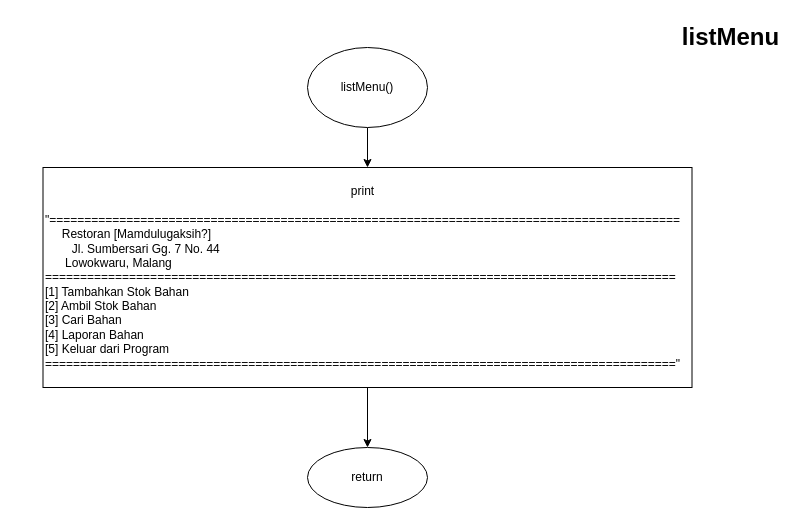
The draw.io diagram page "listMenu" (4 of 9) of Tugas Akhir/Flowchart.drawio in nhaidaar/daspro, before the edit. Source tidied: cells renumbered, new cells numbered last; positions are measured from the earlier drawing's top-left corner, leaving out a move shared by most shapes. Both pictures are drawn from the tidied source at 100%, with x=0, y=0 at pixel (43, 17).
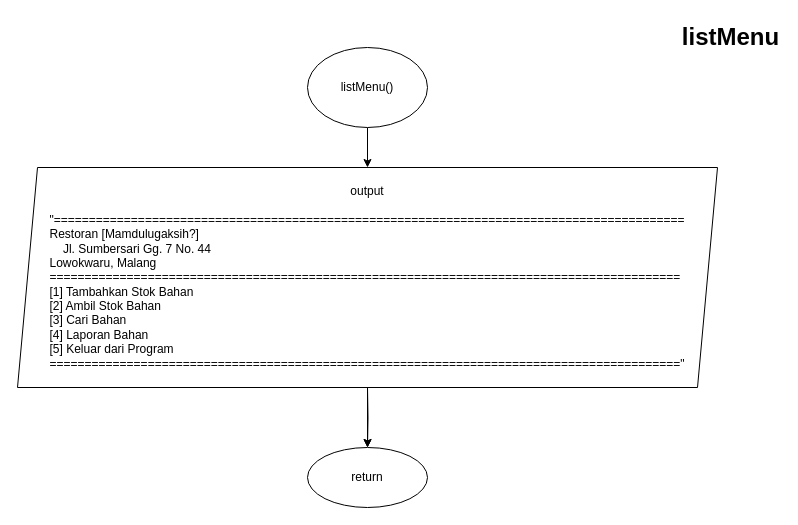
The same page after the edit.

The edit, as a diff of the source:
```diff
@@
 <mxGraphModel>
   <root>
     <mxCell id="0" />
     <mxCell id="1" parent="0" />
-    <mxCell id="2" style="edgeStyle=orthogonalEdgeStyle;rounded=0;jettySize=auto;html=1;" parent="1" edge="1" source="3" target="5">
+    <mxCell id="2" style="edgeStyle=orthogonalEdgeStyle;rounded=0;jettySize=auto;html=1;" parent="1" edge="1" source="3" target="9">
       <mxGeometry relative="1" as="geometry" />
     </mxCell>
     <mxCell id="3" value="listMenu()" style="ellipse;whiteSpace=wrap;html=1;" parent="1" vertex="1">
       <mxGeometry x="264" y="30" width="120" height="80" as="geometry" />
     </mxCell>
-    <mxCell id="4" style="edgeStyle=orthogonalEdgeStyle;rounded=0;jettySize=auto;html=1;" parent="1" edge="1" source="5" target="6">
-      <mxGeometry relative="1" as="geometry" />
+    <mxCell id="4" style="edgeStyle=orthogonalEdgeStyle;rounded=0;jettySize=auto;html=1;" parent="1" edge="1" target="6">
+      <mxGeometry relative="1" as="geometry">
+        <mxPoint x="324" y="370" as="sourcePoint" />
+      </mxGeometry>
     </mxCell>
-    <mxCell id="5" value="&lt;div style=&quot;text-align: center;&quot;&gt;&lt;span style=&quot;background-color: initial;&quot;&gt;print&lt;/span&gt;&lt;/div&gt;&lt;div style=&quot;text-align: center;&quot;&gt;&lt;span style=&quot;background-color: initial;&quot;&gt;&lt;br&gt;&lt;/span&gt;&lt;/div&gt;&lt;div&gt;&quot;==========================================================================================&lt;/div&gt;&lt;div&gt;&lt;span style=&quot;&quot;&gt;  &lt;/span&gt;&lt;span style=&quot;white-space: pre;&quot;&gt; &lt;/span&gt;&lt;span style=&quot;white-space: pre;&quot;&gt; &lt;/span&gt;&lt;span style=&quot;white-space: pre;&quot;&gt; &lt;span style=&quot;white-space: pre;&quot;&gt; &lt;/span&gt;&lt;span style=&quot;white-space: pre;&quot;&gt; &lt;/span&gt;&lt;/span&gt;Restoran [Mamdulugaksih?]&lt;/div&gt;&lt;div&gt;&lt;span style=&quot;&quot;&gt; &lt;/span&gt;&amp;nbsp; &amp;nbsp;&lt;span style=&quot;white-space: pre;&quot;&gt; &lt;/span&gt;&lt;span style=&quot;white-space: pre;&quot;&gt; &lt;/span&gt;&lt;span style=&quot;white-space: pre;&quot;&gt; &lt;span style=&quot;white-space: pre;&quot;&gt; &lt;/span&gt;&lt;span style=&quot;white-space: pre;&quot;&gt; &lt;/span&gt;&lt;/span&gt;Jl. Sumbersari Gg. 7 No. 44&lt;/div&gt;&lt;div&gt;&lt;span style=&quot;&quot;&gt;   &lt;/span&gt;&lt;span style=&quot;white-space: pre;&quot;&gt; &lt;/span&gt;&lt;span style=&quot;white-space: pre;&quot;&gt; &lt;/span&gt;&lt;span style=&quot;white-space: pre;&quot;&gt; &lt;span style=&quot;white-space: pre;&quot;&gt; &lt;span style=&quot;white-space: pre;&quot;&gt; &lt;/span&gt;&lt;/span&gt;&lt;/span&gt;&lt;span style=&quot;white-space: pre;&quot;&gt; &lt;/span&gt;Lowokwaru, Malang&lt;/div&gt;&lt;div&gt;==========================================================================================&lt;/div&gt;&lt;div&gt;[1] Tambahkan Stok Bahan&lt;/div&gt;&lt;div&gt;[2] Ambil Stok Bahan&lt;/div&gt;&lt;div&gt;[3] Cari Bahan&lt;/div&gt;&lt;div&gt;[4] Laporan Bahan&lt;/div&gt;&lt;div&gt;[5] Keluar dari Program&lt;/div&gt;&lt;div&gt;==========================================================================================&quot;&lt;/div&gt;" style="whiteSpace=wrap;html=1;align=left;" parent="1" vertex="1">
-      <mxGeometry x="-0.5" y="150" width="649" height="220" as="geometry" />
-    </mxCell>
     <mxCell id="6" value="return" style="ellipse;whiteSpace=wrap;html=1;align=center;" parent="1" vertex="1">
       <mxGeometry x="264" y="430" width="120" height="60" as="geometry" />
     </mxCell>
     <mxCell id="7" value="listMenu" style="text;strokeColor=none;fillColor=none;html=1;fontSize=24;fontStyle=1;verticalAlign=middle;align=center;" parent="1" vertex="1">
       <mxGeometry x="637" width="100" height="40" as="geometry" />
     </mxCell>
+    <mxCell id="8" style="edgeStyle=orthogonalEdgeStyle;rounded=0;jettySize=auto;html=1;fontSize=11;exitX=0.5;exitY=1;exitDx=0;exitDy=0;" parent="1" edge="1" source="9" target="6">
+      <mxGeometry relative="1" as="geometry" />
+    </mxCell>
+    <mxCell id="9" value="&lt;div style=&quot;border-color: var(--border-color); font-size: 12px;&quot;&gt;&lt;span style=&quot;border-color: var(--border-color); background-color: initial;&quot;&gt;output&lt;/span&gt;&lt;/div&gt;&lt;div style=&quot;border-color: var(--border-color); font-size: 12px;&quot;&gt;&lt;span style=&quot;border-color: var(--border-color); background-color: initial;&quot;&gt;&lt;br style=&quot;border-color: var(--border-color);&quot;&gt;&lt;/span&gt;&lt;/div&gt;&lt;div style=&quot;border-color: var(--border-color); font-size: 12px; text-align: left;&quot;&gt;&quot;==========================================================================================&lt;/div&gt;&lt;div style=&quot;border-color: var(--border-color); font-size: 12px; text-align: left;&quot;&gt;&lt;span style=&quot;border-color: var(--border-color);&quot;&gt;&lt;/span&gt;&lt;span style=&quot;border-color: var(--border-color);&quot;&gt; &lt;/span&gt;&lt;span style=&quot;border-color: var(--border-color);&quot;&gt; &lt;/span&gt;&lt;span style=&quot;border-color: var(--border-color);&quot;&gt; &lt;span style=&quot;border-color: var(--border-color);&quot;&gt; &lt;/span&gt;&lt;span style=&quot;border-color: var(--border-color);&quot;&gt; &lt;/span&gt;&lt;/span&gt;Restoran [Mamdulugaksih?]&lt;/div&gt;&lt;div style=&quot;border-color: var(--border-color); font-size: 12px; text-align: left;&quot;&gt;&lt;span style=&quot;border-color: var(--border-color);&quot;&gt;&lt;/span&gt;&amp;nbsp; &amp;nbsp;&lt;span style=&quot;border-color: var(--border-color);&quot;&gt; &lt;/span&gt;&lt;span style=&quot;border-color: var(--border-color);&quot;&gt; &lt;/span&gt;&lt;span style=&quot;border-color: var(--border-color);&quot;&gt; &lt;span style=&quot;border-color: var(--border-color);&quot;&gt; &lt;/span&gt;&lt;span style=&quot;border-color: var(--border-color);&quot;&gt; &lt;/span&gt;&lt;/span&gt;Jl. Sumbersari Gg. 7 No. 44&lt;/div&gt;&lt;div style=&quot;border-color: var(--border-color); font-size: 12px; text-align: left;&quot;&gt;&lt;span style=&quot;border-color: var(--border-color);&quot;&gt;&lt;/span&gt;&lt;span style=&quot;border-color: var(--border-color);&quot;&gt; &lt;/span&gt;&lt;span style=&quot;border-color: var(--border-color);&quot;&gt; &lt;/span&gt;&lt;span style=&quot;border-color: var(--border-color);&quot;&gt; &lt;span style=&quot;border-color: var(--border-color);&quot;&gt; &lt;span style=&quot;border-color: var(--border-color);&quot;&gt; &lt;/span&gt;&lt;/span&gt;&lt;/span&gt;&lt;span style=&quot;border-color: var(--border-color);&quot;&gt; &lt;/span&gt;Lowokwaru, Malang&lt;/div&gt;&lt;div style=&quot;border-color: var(--border-color); font-size: 12px; text-align: left;&quot;&gt;==========================================================================================&lt;/div&gt;&lt;div style=&quot;border-color: var(--border-color); font-size: 12px; text-align: left;&quot;&gt;[1] Tambahkan Stok Bahan&lt;/div&gt;&lt;div style=&quot;border-color: var(--border-color); font-size: 12px; text-align: left;&quot;&gt;[2] Ambil Stok Bahan&lt;/div&gt;&lt;div style=&quot;border-color: var(--border-color); font-size: 12px; text-align: left;&quot;&gt;[3] Cari Bahan&lt;/div&gt;&lt;div style=&quot;border-color: var(--border-color); font-size: 12px; text-align: left;&quot;&gt;[4] Laporan Bahan&lt;/div&gt;&lt;div style=&quot;border-color: var(--border-color); font-size: 12px; text-align: left;&quot;&gt;[5] Keluar dari Program&lt;/div&gt;&lt;div style=&quot;border-color: var(--border-color); font-size: 12px; text-align: left;&quot;&gt;==========================================================================================&quot;&lt;/div&gt;" style="shape=parallelogram;perimeter=parallelogramPerimeter;whiteSpace=wrap;html=1;fixedSize=1;fontSize=11;" parent="1" vertex="1">
+      <mxGeometry x="-26" y="150" width="700" height="220" as="geometry" />
+    </mxCell>
   </root>
 </mxGraphModel>
```
